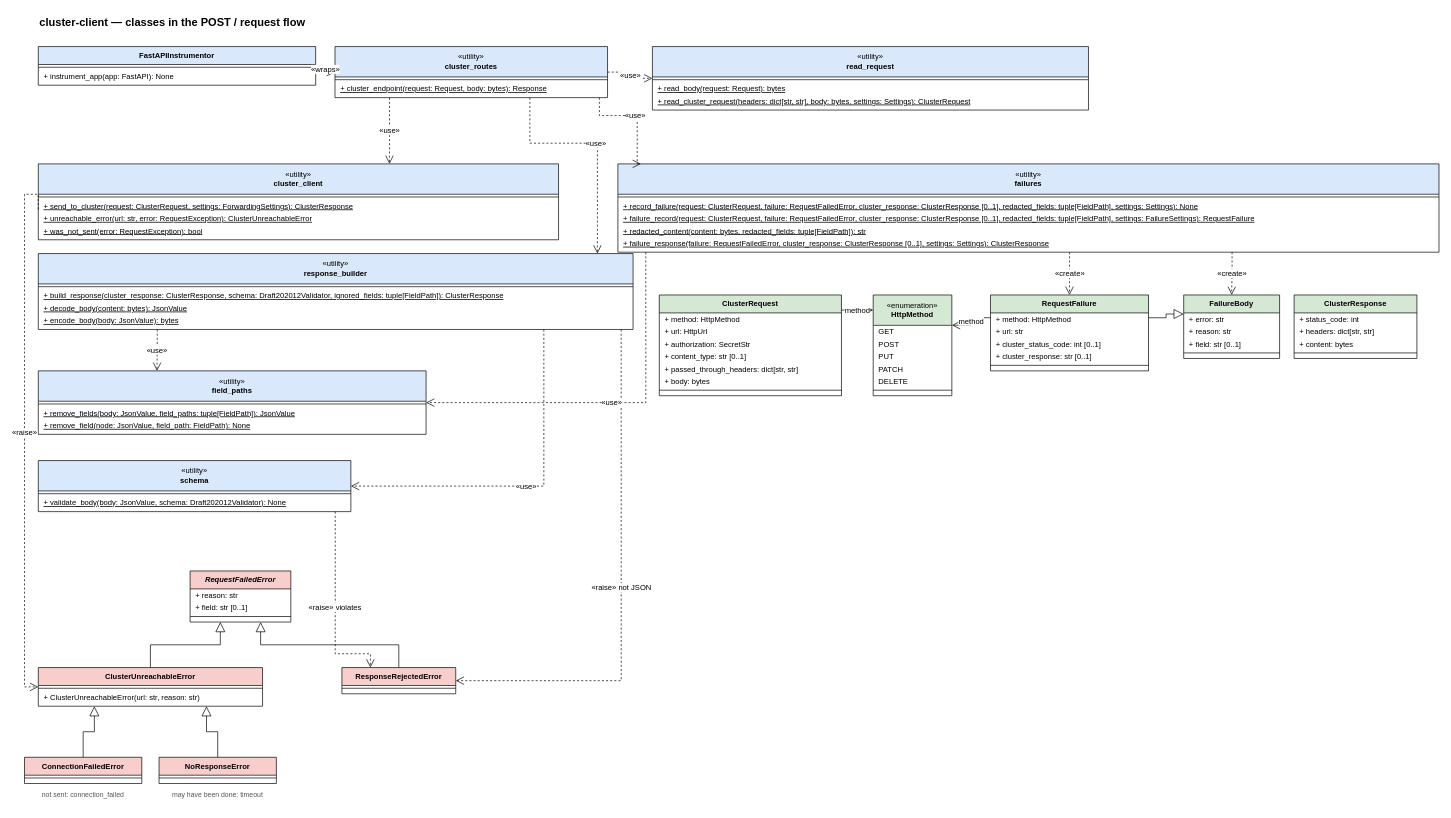
This is docs/diagrams/class-diagram.drawio from EliShteinman/cluster-client, a draw.io file, before an edit. Source tidied: cells renumbered, new cells numbered last; positions are measured from the earlier drawing's top-left corner, leaving out a move shared by most shapes. Both pictures are drawn from the tidied source at 69%, with x=0, y=0 at pixel (24, 12).
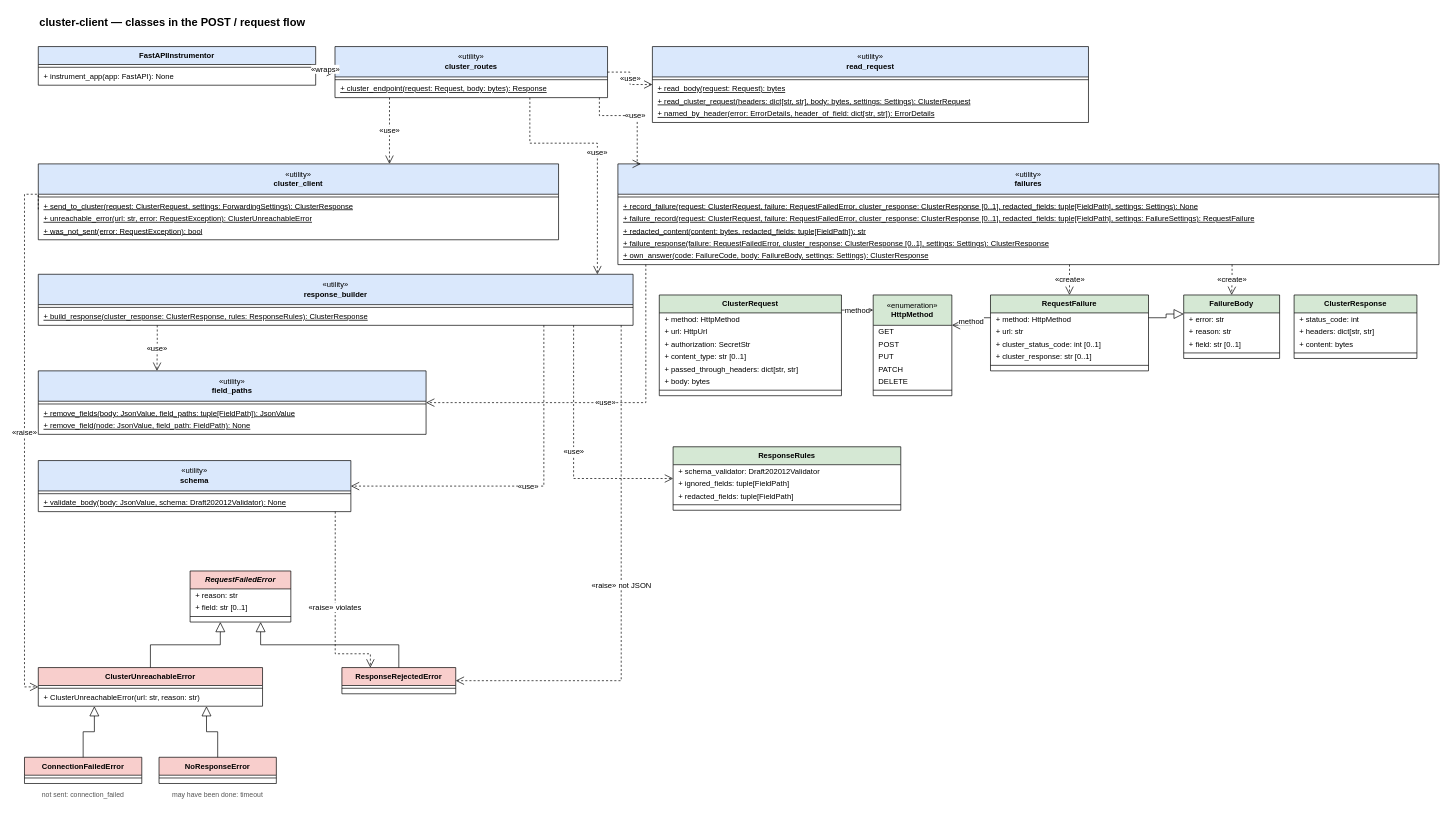
Above is the later version.

Diff of the diagram source:
```diff
@@
     <mxCell id="9" value="«utility»&lt;br&gt;&lt;b&gt;read_request&lt;/b&gt;" style="swimlane;html=1;fontStyle=0;horizontal=1;startSize=44;whiteSpace=wrap;fillColor=#DAE8FC;swimlaneFillColor=#FFFFFF;fontFamily=Helvetica;fontSize=11;" parent="1" vertex="1">
-      <mxGeometry x="910" y="50" width="632" height="92" as="geometry" />
+      <mxGeometry x="910" y="50" width="632" height="110" as="geometry" />
     </mxCell>
@@
+    <mxCell id="102" value="+ named_by_header(error: ErrorDetails, header_of_field: dict[str, str]): ErrorDetails" style="text;strokeColor=none;fillColor=none;align=left;verticalAlign=middle;spacingLeft=6;spacingRight=4;overflow=hidden;fontStyle=4;fontFamily=Helvetica;fontSize=11;" parent="9" vertex="1">
+      <mxGeometry y="88" width="632" height="18" as="geometry" />
+    </mxCell>
@@
     <mxCell id="18" value="«utility»&lt;br&gt;&lt;b&gt;response_builder&lt;/b&gt;" style="swimlane;html=1;fontStyle=0;horizontal=1;startSize=44;whiteSpace=wrap;fillColor=#DAE8FC;swimlaneFillColor=#FFFFFF;fontFamily=Helvetica;fontSize=11;" parent="1" vertex="1">
-      <mxGeometry x="20" y="350" width="862" height="110" as="geometry" />
+      <mxGeometry x="20" y="380" width="862" height="74" as="geometry" />
     </mxCell>
@@
-    <mxCell id="20" value="+ build_response(cluster_response: ClusterResponse, schema: Draft202012Validator, ignored_fields: tuple[FieldPath]): ClusterResponse" style="text;strokeColor=none;fillColor=none;align=left;verticalAlign=middle;spacingLeft=6;spacingRight=4;overflow=hidden;fontStyle=4;fontFamily=Helvetica;fontSize=11;" parent="18" vertex="1">
+    <mxCell id="20" value="+ build_response(cluster_response: ClusterResponse, rules: ResponseRules): ClusterResponse" style="text;strokeColor=none;fillColor=none;align=left;verticalAlign=middle;spacingLeft=6;spacingRight=4;overflow=hidden;fontStyle=4;fontFamily=Helvetica;fontSize=11;" parent="18" vertex="1">
       <mxGeometry y="52" width="862" height="18" as="geometry" />
     </mxCell>
-    <mxCell id="21" value="+ decode_body(content: bytes): JsonValue" style="text;strokeColor=none;fillColor=none;align=left;verticalAlign=middle;spacingLeft=6;spacingRight=4;overflow=hidden;fontStyle=4;fontFamily=Helvetica;fontSize=11;" parent="18" vertex="1">
-      <mxGeometry y="70" width="862" height="18" as="geometry" />
-    </mxCell>
-    <mxCell id="22" value="+ encode_body(body: JsonValue): bytes" style="text;strokeColor=none;fillColor=none;align=left;verticalAlign=middle;spacingLeft=6;spacingRight=4;overflow=hidden;fontStyle=4;fontFamily=Helvetica;fontSize=11;" parent="18" vertex="1">
-      <mxGeometry y="88" width="862" height="18" as="geometry" />
-    </mxCell>
@@
     <mxCell id="30" value="«utility»&lt;br&gt;&lt;b&gt;failures&lt;/b&gt;" style="swimlane;html=1;fontStyle=0;horizontal=1;startSize=44;whiteSpace=wrap;fillColor=#DAE8FC;swimlaneFillColor=#FFFFFF;fontFamily=Helvetica;fontSize=11;" parent="1" vertex="1">
-      <mxGeometry x="860" y="220" width="1190" height="128" as="geometry" />
+      <mxGeometry x="860" y="220" width="1190" height="146" as="geometry" />
     </mxCell>
@@
+    <mxCell id="103" value="+ own_answer(code: FailureCode, body: FailureBody, settings: Settings): ClusterResponse" style="text;strokeColor=none;fillColor=none;align=left;verticalAlign=middle;spacingLeft=6;spacingRight=4;overflow=hidden;fontStyle=4;fontFamily=Helvetica;fontSize=11;" parent="30" vertex="1">
+      <mxGeometry y="124" width="1190" height="18" as="geometry" />
+    </mxCell>
@@
+    <mxCell id="104" value="&lt;b&gt;ResponseRules&lt;/b&gt;" style="swimlane;html=1;fontStyle=0;horizontal=1;startSize=26;whiteSpace=wrap;fillColor=#D5E8D4;swimlaneFillColor=#FFFFFF;fontFamily=Helvetica;fontSize=11;" parent="1" vertex="1">
+      <mxGeometry x="940" y="630" width="330" height="92" as="geometry" />
+    </mxCell>
+    <mxCell id="105" value="+ schema_validator: Draft202012Validator" style="text;strokeColor=none;fillColor=none;align=left;verticalAlign=middle;spacingLeft=6;spacingRight=4;overflow=hidden;fontStyle=0;fontFamily=Helvetica;fontSize=11;" parent="104" vertex="1">
+      <mxGeometry y="26" width="330" height="18" as="geometry" />
+    </mxCell>
+    <mxCell id="106" value="+ ignored_fields: tuple[FieldPath]" style="text;strokeColor=none;fillColor=none;align=left;verticalAlign=middle;spacingLeft=6;spacingRight=4;overflow=hidden;fontStyle=0;fontFamily=Helvetica;fontSize=11;" parent="104" vertex="1">
+      <mxGeometry y="44" width="330" height="18" as="geometry" />
+    </mxCell>
+    <mxCell id="107" value="+ redacted_fields: tuple[FieldPath]" style="text;strokeColor=none;fillColor=none;align=left;verticalAlign=middle;spacingLeft=6;spacingRight=4;overflow=hidden;fontStyle=0;fontFamily=Helvetica;fontSize=11;" parent="104" vertex="1">
+      <mxGeometry y="62" width="330" height="18" as="geometry" />
+    </mxCell>
+    <mxCell id="108" style="line;strokeWidth=1;fillColor=none;align=left;verticalAlign=middle;spacingTop=-1;spacingLeft=3;spacingRight=3;labelPosition=right;" parent="104" vertex="1">
+      <mxGeometry y="80" width="330" height="8" as="geometry" />
+    </mxCell>
+    <mxCell id="109" value="«use»" style="edgeStyle=orthogonalEdgeStyle;rounded=0;html=1;endArrow=open;endFill=0;dashed=1;endSize=10;fontFamily=Helvetica;fontSize=11;exitX=0.9;exitY=1;exitDx=0;exitDy=0;entryX=0;entryY=0.5;entryDx=0;entryDy=0;" parent="1" edge="1" source="18" target="104">
+      <mxGeometry relative="1" as="geometry">
+        <Array as="points">
+          <mxPoint x="796" y="676" />
+        </Array>
+      </mxGeometry>
+    </mxCell>
```
